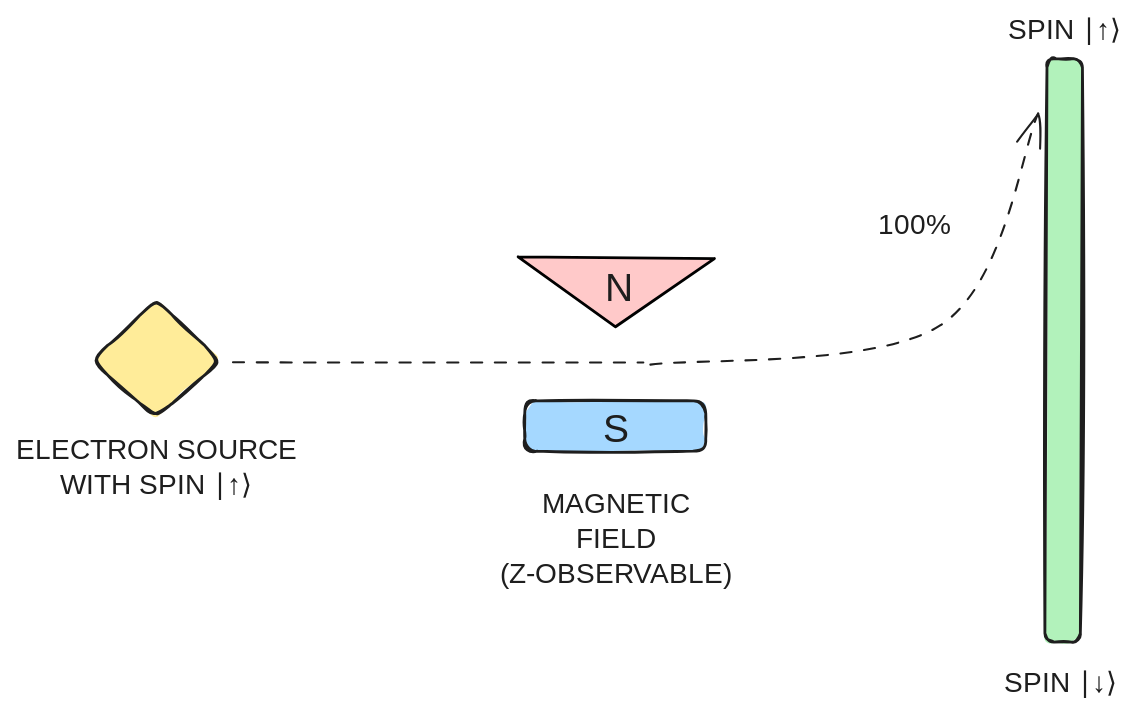
The Excalidraw diagram ndcoslo-2025/graphics/stern-gerlach-z.excalidraw.svg in filipw/filipw.github.io, before a commit. Source tidied: one line per element, renumbered; positions are measured from the earlier drawing's top-left corner, leaving out a move shared by most shapes. The source it was exported from:
```json
{"id": 0, "type": "diamond", "strokeColor": "#1e1e1e", "backgroundColor": "#ffec99", "fillStyle": "solid", "strokeWidth": 2, "roughness": 1, "round": true, "x": 55, "y": 204, "width": 92, "height": 85}
{"id": 1, "type": "text", "text": "ELECTRON SOURCE\nWITH SPIN ∣↑⟩", "strokeColor": "#1e1e1e", "backgroundColor": "#ffec99", "fillStyle": "solid", "strokeWidth": 2, "roughness": 1, "fontSize": 20, "fontFamily": 5, "textAlign": "center", "x": 0, "y": 300, "width": 203, "height": 50}
{"id": 2, "type": "line", "strokeColor": "#000000", "angle": 3.15, "backgroundColor": "#ffc9c9", "fillStyle": "solid", "strokeWidth": 2, "roughness": 0, "x": 430, "y": 174, "width": 140, "height": 49, "points": [[0, 0], [70, 49], [-70, 49], [0, 0]]}
{"id": 3, "type": "text", "text": "N", "strokeColor": "#1e1e1e", "strokeWidth": 2, "roughness": 1, "fontSize": 28, "fontFamily": 5, "x": 422, "y": 181, "width": 18, "height": 35}
{"id": 4, "type": "rectangle", "strokeColor": "#1e1e1e", "backgroundColor": "#a5d8ff", "fillStyle": "solid", "strokeWidth": 2, "roughness": 1, "round": true, "x": 365, "y": 276, "width": 129, "height": 36}
{"id": 5, "type": "text", "text": "S", "strokeColor": "#1e1e1e", "strokeWidth": 2, "roughness": 1, "fontSize": 28, "fontFamily": 5, "x": 420, "y": 281, "width": 17, "height": 35}
{"id": 6, "type": "rectangle", "strokeColor": "#1e1e1e", "angle": 3.15, "backgroundColor": "#b2f2bb", "fillStyle": "solid", "strokeWidth": 2, "roughness": 1, "round": true, "x": 737, "y": 32, "width": 25, "height": 417}
{"id": 7, "type": "arrow", "strokeColor": "#1e1e1e", "backgroundColor": "#b2f2bb", "fillStyle": "solid", "strokeWidth": 1, "strokeStyle": "dashed", "roughness": 1, "round": true, "from": 0, "x": 157, "y": 248, "width": 293, "height": 1, "points": [[0, 0], [293, 1]]}
{"id": 8, "type": "arrow", "strokeColor": "#1e1e1e", "backgroundColor": "#b2f2bb", "fillStyle": "solid", "strokeWidth": 1, "strokeStyle": "dashed", "roughness": 1, "endArrowhead": "arrow", "round": true, "to": 6, "x": 455, "y": 250, "width": 278, "height": 179, "points": [[0, 0], [208, -29], [278, -179]]}
{"id": 9, "type": "text", "text": "SPIN ∣↑⟩", "strokeColor": "#1e1e1e", "backgroundColor": "#b2f2bb", "fillStyle": "solid", "strokeWidth": 1, "strokeStyle": "dashed", "roughness": 1, "fontSize": 20, "fontFamily": 5, "x": 710, "y": 0, "width": 80, "height": 25}
{"id": 10, "type": "text", "text": "SPIN ∣↓⟩", "strokeColor": "#1e1e1e", "backgroundColor": "#b2f2bb", "fillStyle": "solid", "strokeWidth": 1, "strokeStyle": "dashed", "roughness": 1, "fontSize": 20, "fontFamily": 5, "x": 707, "y": 467, "width": 80, "height": 25}
{"id": 11, "type": "text", "text": "MAGNETIC\nFIELD\n(Z-OBSERVABLE)", "strokeColor": "#1e1e1e", "backgroundColor": "#b2f2bb", "fillStyle": "solid", "strokeWidth": 1, "strokeStyle": "dashed", "roughness": 1, "fontSize": 20, "fontFamily": 5, "textAlign": "center", "x": 342, "y": 339, "width": 176, "height": 75}
{"id": 12, "type": "text", "text": "100%", "strokeColor": "#1e1e1e", "strokeWidth": 2, "roughness": 1, "fontSize": 20, "fontFamily": 5, "textAlign": "center", "x": 616, "y": 139, "width": 54, "height": 25}
```
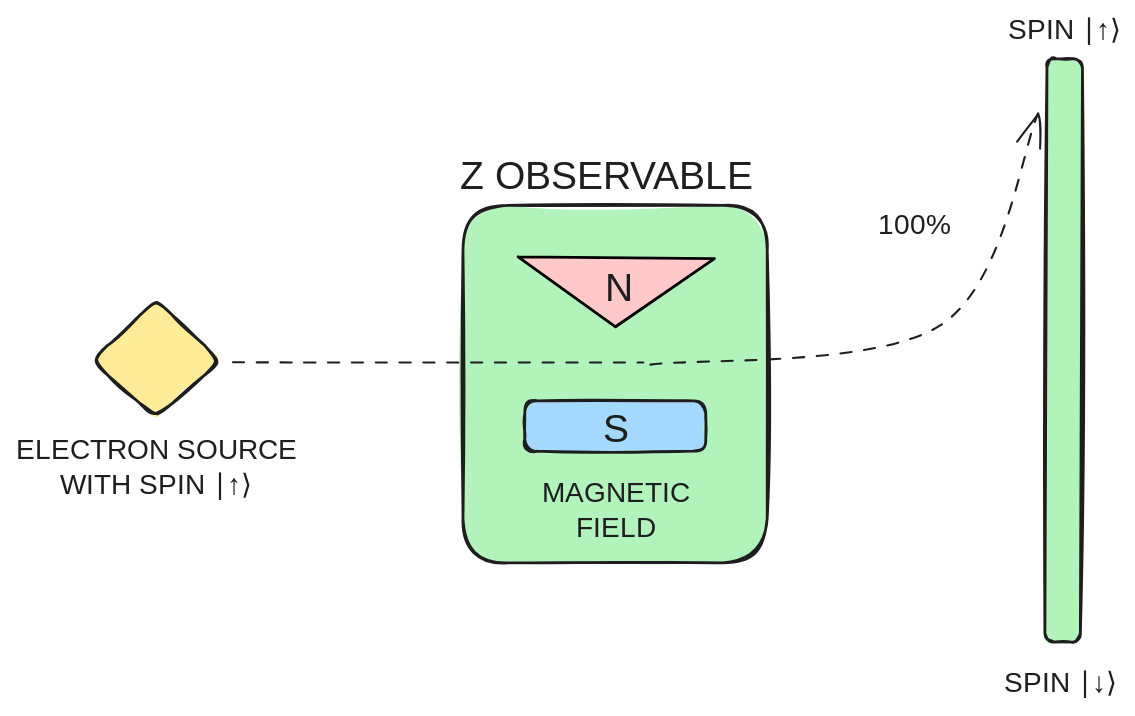
Later version of the same file.

The edit, as a diff of the source:
```diff
@@ -1,3 +1,5 @@
+{"id": 13, "type": "rectangle", "strokeColor": "#1e1e1e", "backgroundColor": "#b2f2bb", "fillStyle": "solid", "strokeWidth": 2, "roughness": 1, "round": true, "x": 321, "y": 137, "width": 217, "height": 255}
+{"id": 14, "type": "text", "text": "Z OBSERVABLE", "strokeColor": "#1e1e1e", "backgroundColor": "#b2f2bb", "fillStyle": "solid", "strokeWidth": 2, "roughness": 1, "fontSize": 28, "fontFamily": 5, "x": 319, "y": 100, "width": 222, "height": 35}
 {"id": 0, "type": "diamond", "strokeColor": "#1e1e1e", "backgroundColor": "#ffec99", "fillStyle": "solid", "strokeWidth": 2, "roughness": 1, "round": true, "x": 55, "y": 204, "width": 92, "height": 85}
 {"id": 1, "type": "text", "text": "ELECTRON SOURCE\nWITH SPIN ∣↑⟩", "strokeColor": "#1e1e1e", "backgroundColor": "#ffec99", "fillStyle": "solid", "strokeWidth": 2, "roughness": 1, "fontSize": 20, "fontFamily": 5, "textAlign": "center", "x": 0, "y": 300, "width": 203, "height": 50}
 {"id": 2, "type": "line", "strokeColor": "#000000", "angle": 3.15, "backgroundColor": "#ffc9c9", "fillStyle": "solid", "strokeWidth": 2, "roughness": 0, "x": 430, "y": 174, "width": 140, "height": 49, "points": [[0, 0], [70, 49], [-70, 49], [0, 0]]}
@@ -9,5 +11,5 @@
 {"id": 8, "type": "arrow", "strokeColor": "#1e1e1e", "backgroundColor": "#b2f2bb", "fillStyle": "solid", "strokeWidth": 1, "strokeStyle": "dashed", "roughness": 1, "endArrowhead": "arrow", "round": true, "to": 6, "x": 455, "y": 250, "width": 278, "height": 179, "points": [[0, 0], [208, -29], [278, -179]]}
 {"id": 9, "type": "text", "text": "SPIN ∣↑⟩", "strokeColor": "#1e1e1e", "backgroundColor": "#b2f2bb", "fillStyle": "solid", "strokeWidth": 1, "strokeStyle": "dashed", "roughness": 1, "fontSize": 20, "fontFamily": 5, "x": 710, "y": 0, "width": 80, "height": 25}
 {"id": 10, "type": "text", "text": "SPIN ∣↓⟩", "strokeColor": "#1e1e1e", "backgroundColor": "#b2f2bb", "fillStyle": "solid", "strokeWidth": 1, "strokeStyle": "dashed", "roughness": 1, "fontSize": 20, "fontFamily": 5, "x": 707, "y": 467, "width": 80, "height": 25}
-{"id": 11, "type": "text", "text": "MAGNETIC\nFIELD\n(Z-OBSERVABLE)", "strokeColor": "#1e1e1e", "backgroundColor": "#b2f2bb", "fillStyle": "solid", "strokeWidth": 1, "strokeStyle": "dashed", "roughness": 1, "fontSize": 20, "fontFamily": 5, "textAlign": "center", "x": 342, "y": 339, "width": 176, "height": 75}
+{"id": 11, "type": "text", "text": "MAGNETIC\nFIELD", "strokeColor": "#1e1e1e", "backgroundColor": "#b2f2bb", "fillStyle": "solid", "strokeWidth": 1, "strokeStyle": "dashed", "roughness": 1, "fontSize": 20, "fontFamily": 5, "textAlign": "center", "x": 374, "y": 331, "width": 112, "height": 50}
 {"id": 12, "type": "text", "text": "100%", "strokeColor": "#1e1e1e", "strokeWidth": 2, "roughness": 1, "fontSize": 20, "fontFamily": 5, "textAlign": "center", "x": 616, "y": 139, "width": 54, "height": 25}
```
